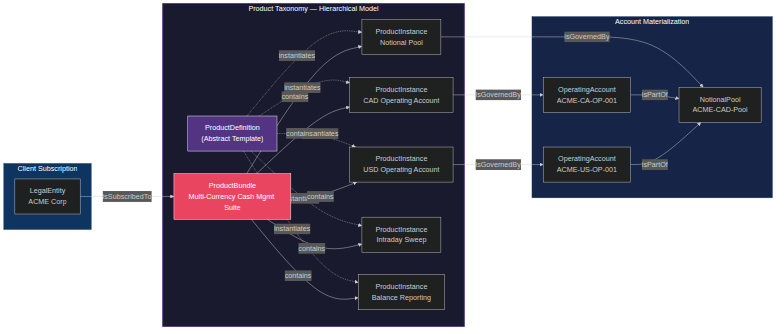
danielssonn/dataarch keeps this Mermaid diagram as artifacts/dimensions/01-logical-model/diagrams/product-hierarchy.png. Above is the earlier version. Its source is kept beside it as artifacts/dimensions/01-logical-model/diagrams/product-hierarchy.mmd.
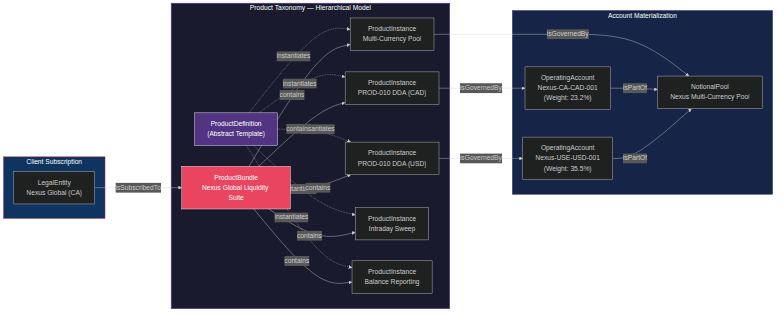
After the commit.

What changed in the source:
```diff
@@ -3,13 +3,13 @@
     subgraph PRODUCT_MODEL["Product Taxonomy — Hierarchical Model"]
         PD["ProductDefinition<br/>(Abstract Template)"]
 
-        PI1["ProductInstance<br/>CAD Operating Account"]
-        PI2["ProductInstance<br/>USD Operating Account"]
-        PI3["ProductInstance<br/>Notional Pool"]
+        PI1["ProductInstance<br/>PROD-010 DDA (CAD)"]
+        PI2["ProductInstance<br/>PROD-010 DDA (USD)"]
+        PI3["ProductInstance<br/>Multi-Currency Pool"]
         PI4["ProductInstance<br/>Intraday Sweep"]
         PI5["ProductInstance<br/>Balance Reporting"]
 
-        PB["ProductBundle<br/>Multi-Currency Cash Mgmt Suite"]
+        PB["ProductBundle<br/>Nexus Global Liquidity Suite"]
 
         PD -.->|"instantiates"| PI1
         PD -.->|"instantiates"| PI2
@@ -25,14 +25,14 @@
     end
 
     subgraph CLIENT["Client Subscription"]
-        CL["LegalEntity<br/>ACME Corp"]
+        CL["LegalEntity<br/>Nexus Global (CA)"]
         CL -->|"isSubscribedTo"| PB
     end
 
     subgraph ACCOUNTS["Account Materialization"]
-        OA1["OperatingAccount<br/>ACME-CA-OP-001"]
-        OA2["OperatingAccount<br/>ACME-US-OP-001"]
-        POOL["NotionalPool<br/>ACME-CAD-Pool"]
+        OA1["OperatingAccount<br/>Nexus-CA-CAD-001<br/>(Weight: 23.2%)"]
+        OA2["OperatingAccount<br/>Nexus-USE-USD-001<br/>(Weight: 35.5%)"]
+        POOL["NotionalPool<br/>Nexus Multi-Currency Pool"]
 
         PI1 -->|"isGovernedBy"| OA1
         PI2 -->|"isGovernedBy"| OA2
```
